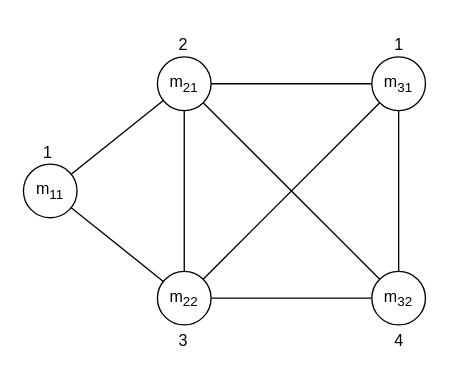
Before: diagramas/grafo_simples_dewerra.drawio in RRamos19/Master-Thesis, a draw.io diagram. Source tidied: cells renumbered, new cells numbered last; positions are measured from the earlier drawing's top-left corner, leaving out a move shared by most shapes. Both pictures are drawn from the tidied source at 134%, with x=0, y=0 at pixel (23, 24).
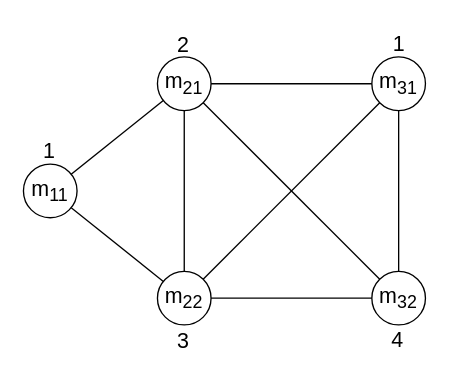
After the change.

The edit, as a diff of the source:
```diff
@@
 <mxGraphModel>
   <root>
     <mxCell id="0" />
     <mxCell id="1" parent="0" />
-    <mxCell id="2" value="m&lt;sub&gt;11&lt;/sub&gt;" style="ellipse;whiteSpace=wrap;html=1;" parent="1" vertex="1">
+    <mxCell id="2" value="&lt;font&gt;&lt;span&gt;m&lt;sub&gt;11&lt;/sub&gt;&lt;/span&gt;&lt;/font&gt;" style="ellipse;whiteSpace=wrap;html=1;fontSize=16;fontStyle=0;" parent="1" vertex="1">
       <mxGeometry y="104" width="40" height="40" as="geometry" />
     </mxCell>
-    <mxCell id="3" value="m&lt;sub&gt;21&lt;/sub&gt;" style="ellipse;whiteSpace=wrap;html=1;" parent="1" vertex="1">
+    <mxCell id="3" value="m&lt;sub&gt;21&lt;/sub&gt;" style="ellipse;whiteSpace=wrap;html=1;fontSize=16;fontStyle=0;" parent="1" vertex="1">
       <mxGeometry x="100" y="24" width="40" height="40" as="geometry" />
     </mxCell>
-    <mxCell id="4" value="m&lt;sub&gt;22&lt;/sub&gt;" style="ellipse;whiteSpace=wrap;html=1;" parent="1" vertex="1">
+    <mxCell id="4" value="m&lt;sub&gt;22&lt;/sub&gt;" style="ellipse;whiteSpace=wrap;html=1;fontSize=16;fontStyle=0;" parent="1" vertex="1">
       <mxGeometry x="100" y="184" width="40" height="40" as="geometry" />
     </mxCell>
-    <mxCell id="5" value="m&lt;sub&gt;31&lt;/sub&gt;" style="ellipse;whiteSpace=wrap;html=1;" parent="1" vertex="1">
+    <mxCell id="5" value="m&lt;sub&gt;31&lt;/sub&gt;" style="ellipse;whiteSpace=wrap;html=1;fontSize=16;fontStyle=0;" parent="1" vertex="1">
       <mxGeometry x="260" y="24" width="40" height="40" as="geometry" />
     </mxCell>
-    <mxCell id="6" value="m&lt;sub&gt;32&lt;/sub&gt;" style="ellipse;whiteSpace=wrap;html=1;" parent="1" vertex="1">
+    <mxCell id="6" value="m&lt;sub&gt;32&lt;/sub&gt;" style="ellipse;whiteSpace=wrap;html=1;fontSize=16;fontStyle=0;" parent="1" vertex="1">
       <mxGeometry x="260" y="184" width="40" height="40" as="geometry" />
     </mxCell>
     <mxCell id="7" style="endArrow=none;html=1;rounded=0;" parent="1" edge="1" source="2" target="3">
       <mxGeometry relative="1" as="geometry" />
     </mxCell>
     <mxCell id="8" style="endArrow=none;html=1;rounded=0;" parent="1" edge="1" source="2" target="4">
       <mxGeometry relative="1" as="geometry" />
     </mxCell>
     <mxCell id="9" style="endArrow=none;html=1;rounded=0;" parent="1" edge="1" source="4" target="3">
       <mxGeometry relative="1" as="geometry" />
     </mxCell>
     <mxCell id="10" style="endArrow=none;html=1;rounded=0;" parent="1" edge="1" source="3" target="5">
       <mxGeometry relative="1" as="geometry" />
     </mxCell>
     <mxCell id="11" style="endArrow=none;html=1;rounded=0;" parent="1" edge="1" source="3" target="6">
       <mxGeometry relative="1" as="geometry" />
     </mxCell>
     <mxCell id="12" style="endArrow=none;html=1;rounded=0;" parent="1" edge="1" source="6" target="5">
       <mxGeometry relative="1" as="geometry" />
     </mxCell>
     <mxCell id="13" style="endArrow=none;html=1;rounded=0;" parent="1" edge="1" source="4" target="6">
       <mxGeometry relative="1" as="geometry" />
     </mxCell>
     <mxCell id="14" style="endArrow=none;html=1;rounded=0;" parent="1" edge="1" source="4" target="5">
       <mxGeometry relative="1" as="geometry" />
     </mxCell>
-    <mxCell id="15" value="1" style="text;html=1;align=center;verticalAlign=middle;strokeColor=none;fillColor=none;" parent="1" vertex="1">
-      <mxGeometry x="3" y="81" width="30" height="30" as="geometry" />
+    <mxCell id="15" value="1" style="text;html=1;align=center;verticalAlign=middle;strokeColor=none;fillColor=none;fontSize=16;fontStyle=0;" parent="1" vertex="1">
+      <mxGeometry x="4" y="79" width="30" height="30" as="geometry" />
     </mxCell>
-    <mxCell id="16" value="2" style="text;html=1;align=center;verticalAlign=middle;strokeColor=none;fillColor=none;" parent="1" vertex="1">
+    <mxCell id="16" value="2" style="text;html=1;align=center;verticalAlign=middle;strokeColor=none;fillColor=none;fontSize=16;fontStyle=0;fontColor=default;" parent="1" vertex="1">
       <mxGeometry x="104" width="30" height="30" as="geometry" />
     </mxCell>
-    <mxCell id="17" value="1" style="text;html=1;align=center;verticalAlign=middle;strokeColor=none;fillColor=none;" parent="1" vertex="1">
-      <mxGeometry x="265" width="30" height="30" as="geometry" />
+    <mxCell id="17" value="1" style="text;html=1;align=center;verticalAlign=middle;strokeColor=none;fillColor=none;fontSize=16;fontStyle=0;" parent="1" vertex="1">
+      <mxGeometry x="265" y="-1" width="30" height="30" as="geometry" />
     </mxCell>
-    <mxCell id="18" value="3" style="text;html=1;align=center;verticalAlign=middle;strokeColor=none;fillColor=none;" parent="1" vertex="1">
+    <mxCell id="18" value="3" style="text;html=1;align=center;verticalAlign=middle;strokeColor=none;fillColor=none;fontSize=16;fontStyle=0;" parent="1" vertex="1">
       <mxGeometry x="104" y="221" width="30" height="30" as="geometry" />
     </mxCell>
-    <mxCell id="19" value="4" style="text;html=1;align=center;verticalAlign=middle;strokeColor=none;fillColor=none;" parent="1" vertex="1">
-      <mxGeometry x="265" y="221" width="30" height="30" as="geometry" />
+    <mxCell id="19" value="4" style="text;html=1;align=center;verticalAlign=middle;strokeColor=none;fillColor=none;fontSize=16;fontStyle=0;" parent="1" vertex="1">
+      <mxGeometry x="264" y="220" width="30" height="30" as="geometry" />
     </mxCell>
   </root>
 </mxGraphModel>
```
